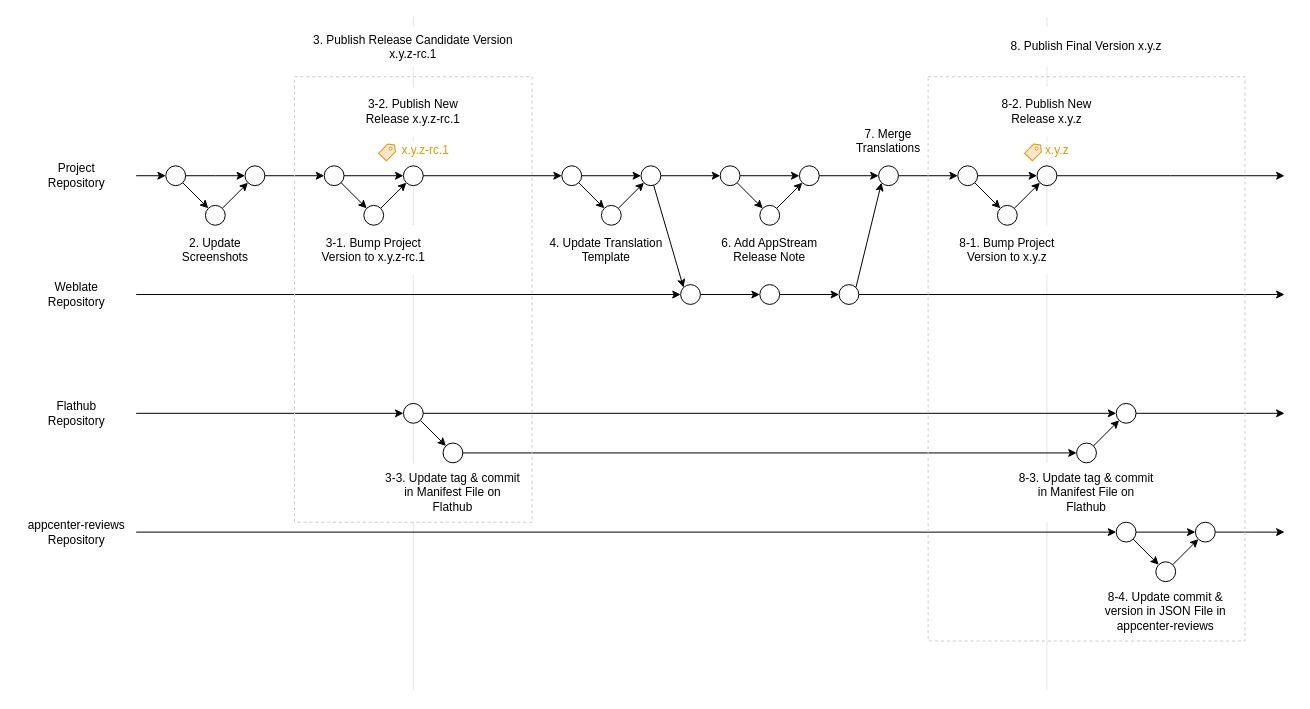
Earlier version of the draw.io diagram docs/images/release_flow.drawio (ryonakano/reco). Source tidied: cells renumbered, new cells numbered last; positions are measured from the earlier drawing's top-left corner, leaving out a move shared by most shapes. Both pictures are drawn from the tidied source at 99%, with x=0, y=0 at pixel (17, 17).
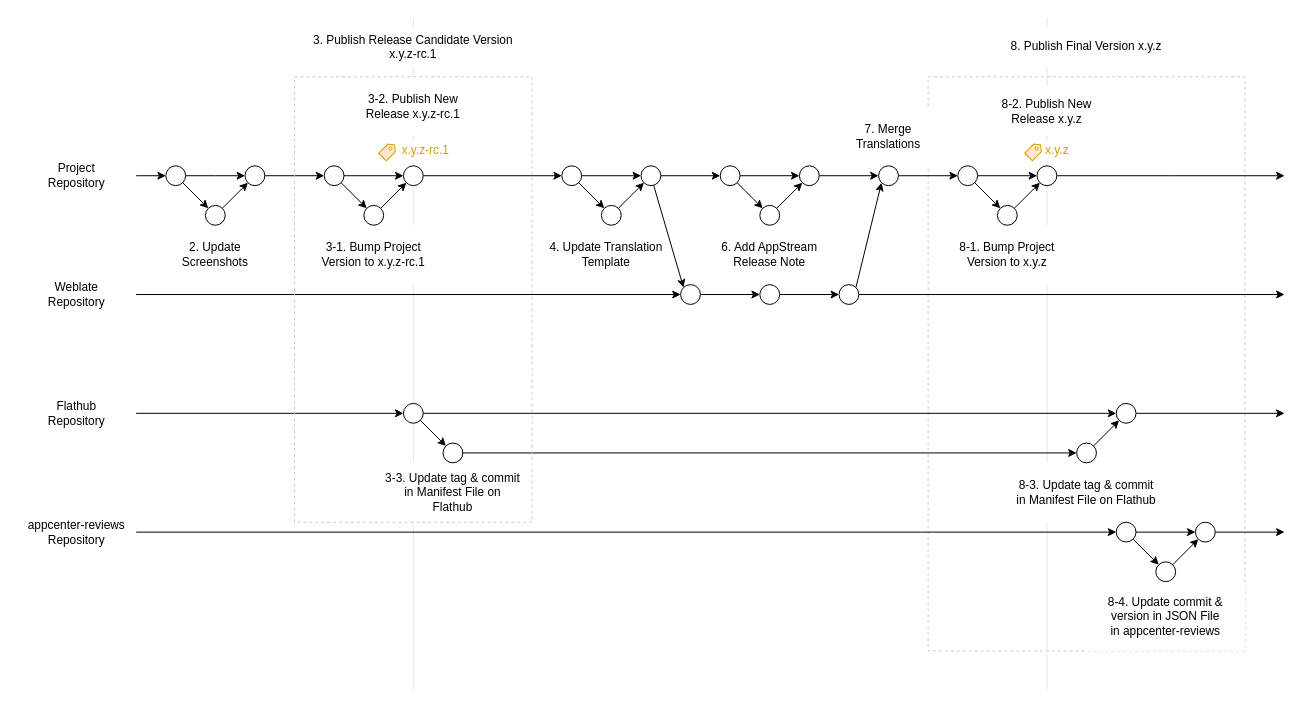
The same page after the edit.

Commit message (it also covers changes not shown here):
[skip ci] Review

Diff of the diagram source:
```diff
@@
+    <mxCell id="96" style="rounded=0;whiteSpace=wrap;html=1;fillColor=none;dashed=1;strokeColor=#CCCCCC;" parent="1" vertex="1">
+      <mxGeometry x="920" y="60" width="320" height="580" as="geometry" />
+    </mxCell>
@@
-    <mxCell id="4" value="8-4. Update commit &amp;amp; version in JSON File in appcenter-reviews" style="text;html=1;whiteSpace=wrap;strokeColor=none;fillColor=#FFFFFF;align=center;verticalAlign=middle;rounded=0;" parent="1" vertex="1">
-      <mxGeometry x="1080" y="570" width="160" height="60" as="geometry" />
+    <mxCell id="4" value="&lt;div&gt;8-4. Update commit &amp;amp;&lt;/div&gt;&lt;div&gt;version in JSON File&lt;/div&gt;&lt;div&gt;in appcenter-reviews&lt;/div&gt;" style="text;html=1;whiteSpace=wrap;strokeColor=none;fillColor=#FFFFFF;align=center;verticalAlign=middle;rounded=0;" parent="1" vertex="1">
+      <mxGeometry x="1080" y="570" width="160" height="70" as="geometry" />
     </mxCell>
-    <mxCell id="5" value="8-3. Update tag &amp;amp; commit in Manifest File on Flathub" style="text;html=1;whiteSpace=wrap;strokeColor=none;fillColor=#FFFFFF;align=center;verticalAlign=middle;rounded=0;" parent="1" vertex="1">
-      <mxGeometry x="1010" y="450" width="140" height="60" as="geometry" />
+    <mxCell id="5" value="&lt;div&gt;8-3. Update tag &amp;amp; commit&lt;/div&gt;&lt;div&gt;in Manifest File on Flathub&lt;/div&gt;" style="text;html=1;whiteSpace=wrap;strokeColor=none;fillColor=#FFFFFF;align=center;verticalAlign=middle;rounded=0;" parent="1" vertex="1">
+      <mxGeometry x="990" y="450" width="180" height="60" as="geometry" />
     </mxCell>
-    <mxCell id="6" value="8-1. Bump Project Version to x.y.z" style="text;html=1;whiteSpace=wrap;strokeColor=none;fillColor=#FFFFFF;align=center;verticalAlign=middle;rounded=0;" parent="1" vertex="1">
-      <mxGeometry x="940" y="210" width="120" height="50" as="geometry" />
+    <mxCell id="6" value="&lt;div&gt;8-1. Bump Project Version to x.y.z&lt;/div&gt;" style="text;html=1;whiteSpace=wrap;strokeColor=none;fillColor=#FFFFFF;align=center;verticalAlign=middle;rounded=0;" parent="1" vertex="1">
+      <mxGeometry x="940" y="210" width="120" height="60" as="geometry" />
     </mxCell>
-    <mxCell id="7" value="7. Merge Translations" style="text;html=1;whiteSpace=wrap;strokeColor=none;fillColor=#FFFFFF;align=center;verticalAlign=middle;rounded=0;" parent="1" vertex="1">
-      <mxGeometry x="835" y="100" width="90" height="50" as="geometry" />
+    <mxCell id="7" value="&lt;div&gt;7. Merge Translations&lt;/div&gt;" style="text;html=1;whiteSpace=wrap;strokeColor=none;fillColor=#FFFFFF;align=center;verticalAlign=middle;rounded=0;" parent="1" vertex="1">
+      <mxGeometry x="835" y="90" width="90" height="60" as="geometry" />
     </mxCell>
     <mxCell id="8" value="6. Add AppStream Release Note" style="text;html=1;whiteSpace=wrap;strokeColor=none;fillColor=#FFFFFF;align=center;verticalAlign=middle;rounded=0;" parent="1" vertex="1">
-      <mxGeometry x="690" y="210" width="140" height="50" as="geometry" />
+      <mxGeometry x="690" y="210" width="140" height="60" as="geometry" />
     </mxCell>
     <mxCell id="9" value="4. Update Translation Template" style="text;html=1;whiteSpace=wrap;strokeColor=none;fillColor=#FFFFFF;align=center;verticalAlign=middle;rounded=0;" parent="1" vertex="1">
-      <mxGeometry x="530" y="210" width="130" height="50" as="geometry" />
+      <mxGeometry x="530" y="210" width="130" height="60" as="geometry" />
     </mxCell>
@@
     <mxCell id="11" value="3-1. Bump Project Version to x.y.z-rc.1" style="text;html=1;whiteSpace=wrap;strokeColor=none;fillColor=#FFFFFF;align=center;verticalAlign=middle;rounded=0;" parent="1" vertex="1">
-      <mxGeometry x="290" y="210" width="140" height="50" as="geometry" />
+      <mxGeometry x="290" y="210" width="140" height="60" as="geometry" />
     </mxCell>
     <mxCell id="12" value="&lt;div&gt;2. Update&lt;/div&gt;&lt;div&gt;Screenshots&lt;/div&gt;" style="text;html=1;whiteSpace=wrap;strokeColor=none;fillColor=#FFFFFF;align=center;verticalAlign=middle;rounded=0;" parent="1" vertex="1">
-      <mxGeometry x="130" y="210" width="140" height="50" as="geometry" />
+      <mxGeometry x="130" y="210" width="140" height="60" as="geometry" />
     </mxCell>
@@
     <mxCell id="83" value="3-2. Publish New Release x.y.z-rc.1" style="text;html=1;whiteSpace=wrap;strokeColor=none;fillColor=#FFFFFF;align=center;verticalAlign=middle;rounded=0;" parent="1" vertex="1">
-      <mxGeometry x="330" y="70" width="140" height="50" as="geometry" />
+      <mxGeometry x="330" y="60" width="140" height="60" as="geometry" />
     </mxCell>
@@
-    <mxCell id="92" value="8-2. Publish New Release x.y.z" style="text;html=1;whiteSpace=wrap;strokeColor=none;fillColor=#FFFFFF;align=center;verticalAlign=middle;rounded=0;" parent="1" vertex="1">
+    <mxCell id="92" value="&lt;div&gt;8-2. Publish New Release x.y.z&lt;/div&gt;" style="text;html=1;whiteSpace=wrap;strokeColor=none;fillColor=#FFFFFF;align=center;verticalAlign=middle;rounded=0;" parent="1" vertex="1">
       <mxGeometry x="970" y="70" width="140" height="50" as="geometry" />
     </mxCell>
@@
-    <mxCell id="96" style="rounded=0;whiteSpace=wrap;html=1;fillColor=none;dashed=1;strokeColor=#CCCCCC;" parent="1" vertex="1">
-      <mxGeometry x="920" y="60" width="320" height="570" as="geometry" />
-    </mxCell>
```
